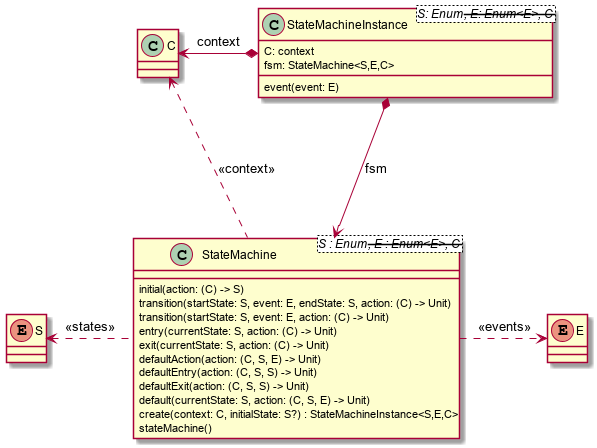
open-jumpco/kfsm keeps this PlantUML diagram as src/doc/asciidoc/statemachine_model.png. Above is the earlier version.
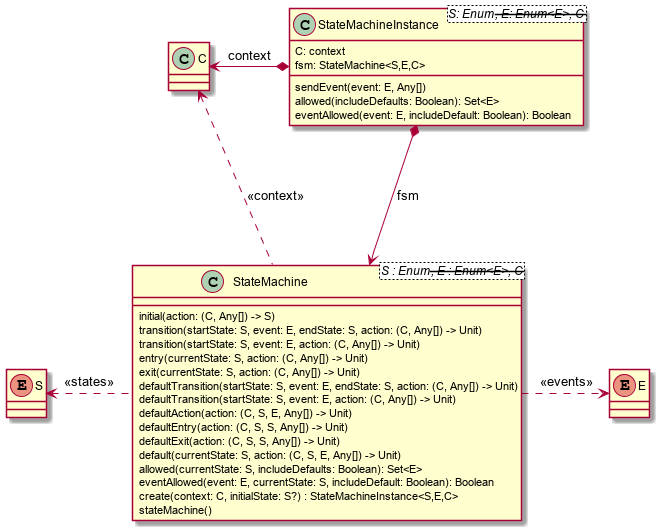
The same diagram one commit later.

Change to the diagram source:
```diff
@@ -8,15 +8,19 @@
 }
 
 class StateMachine<S : Enum<S>, E : Enum<E>, C> {
-    initial(action: (C) -> S)
-    transition(startState: S, event: E, endState: S, action: (C) -> Unit)
-    transition(startState: S, event: E, action: (C) -> Unit)
-    entry(currentState: S, action: (C) -> Unit)
-    exit(currentState: S, action: (C) -> Unit)
-    defaultAction(action: (C, S, E) -> Unit)
-    defaultEntry(action: (C, S, S) -> Unit)
-    defaultExit(action: (C, S, S) -> Unit)
-    default(currentState: S, action: (C, S, E) -> Unit)
+    initial(action: (C, Any[]) -> S)
+    transition(startState: S, event: E, endState: S, action: (C, Any[]) -> Unit)
+    transition(startState: S, event: E, action: (C, Any[]) -> Unit)
+    entry(currentState: S, action: (C, Any[]) -> Unit)
+    exit(currentState: S, action: (C, Any[]) -> Unit)
+    defaultTransition(startState: S, event: E, endState: S, action: (C, Any[]) -> Unit)
+    defaultTransition(startState: S, event: E, action: (C, Any[]) -> Unit)
+    defaultAction(action: (C, S, E, Any[]) -> Unit)
+    defaultEntry(action: (C, S, S, Any[]) -> Unit)
+    defaultExit(action: (C, S, S, Any[]) -> Unit)
+    default(currentState: S, action: (C, S, E, Any[]) -> Unit)
+    allowed(currentState: S, includeDefaults: Boolean): Set<E>
+    eventAllowed(event: E, currentState: S, includeDefault: Boolean): Boolean
     create(context: C, initialState: S?) : StateMachineInstance<S,E,C>
     stateMachine()
 }
@@ -24,8 +28,11 @@
 class StateMachineInstance<S: Enum<S>, E: Enum<E>, C> {
     C: context
     fsm: StateMachine<S,E,C>
-    event(event: E)
+    sendEvent(event: E, Any[])
+    allowed(includeDefaults: Boolean): Set<E>
+    eventAllowed(event: E, includeDefault: Boolean): Boolean
 }
+
 StateMachine .left.> S : <<states>>
 StateMachine .right.> E : <<events>>
 StateMachine .up.> C : <<context>>
```
